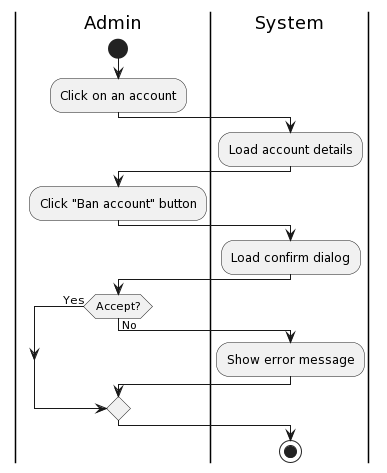
Before: Lab 1/Lab 1.2/activity_diagram/activity-ban-account.png, a diagram exported from PlantUML (phamnhutdanh/SE357-Pratice-class). The source it was exported from:
```plantuml
@startuml
|Admin|
start
:Click on an account;
|System|
:Load account details;
|Admin|
:Click "Ban account" button;
|System|
:Load confirm dialog;
|Admin|
if (Accept?) then (Yes)
|System|
else (No)
:Show error message;
endif
stop
@enduml
```
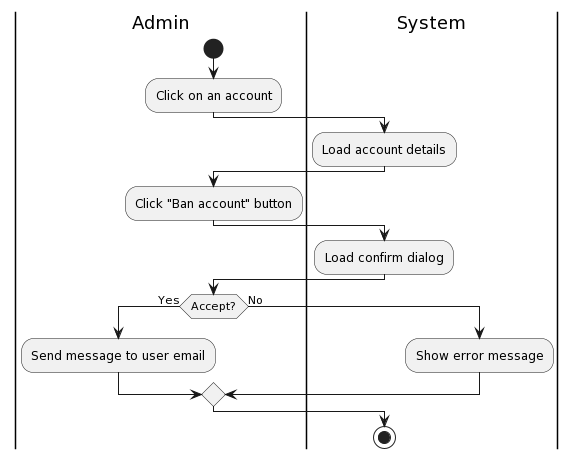
The same diagram one commit later.

Diff of the diagram source:
```diff
@@ -10,6 +10,7 @@
 :Load confirm dialog;
 |Admin|
 if (Accept?) then (Yes)
+:Send message to user email;
 |System|
 else (No)
 :Show error message;
```
